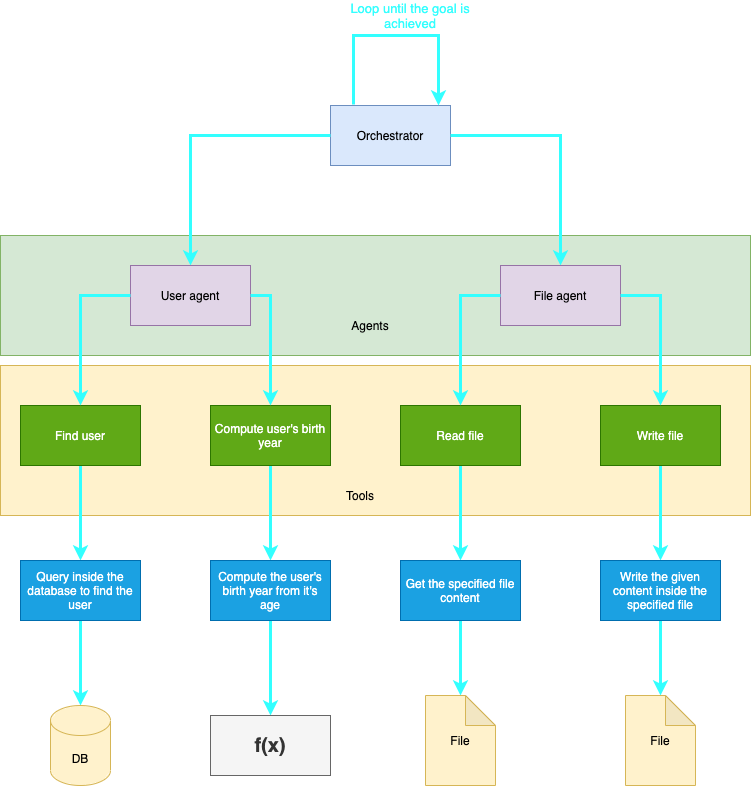
Before: assets/braiin.png, a diagram exported from draw.io (TinyRabarioelina/braiin). Source tidied: cells renumbered, new cells last; positions are measured from the earlier drawing's top-left corner, leaving out a move shared by most shapes.
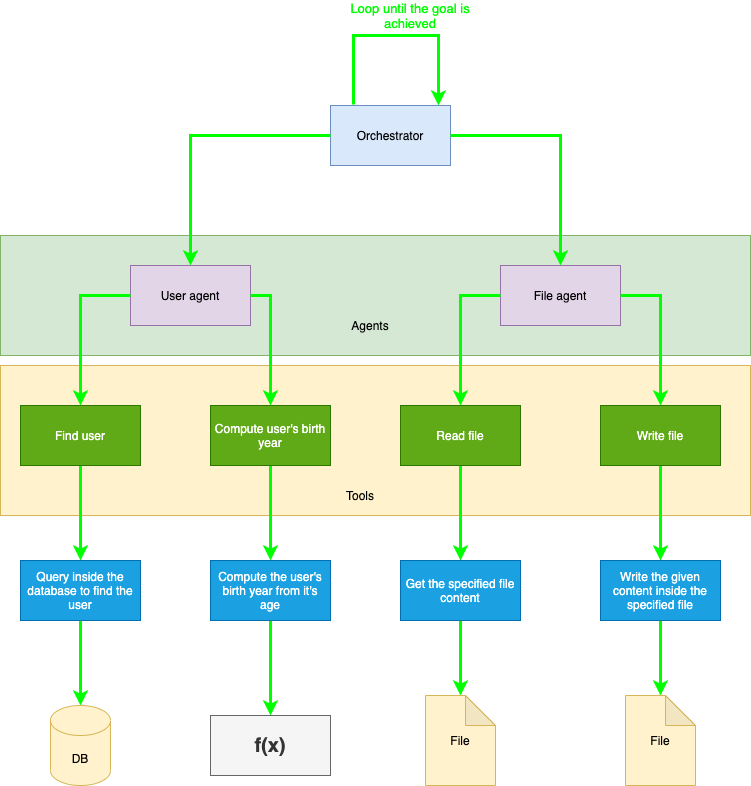
The same file after the commit.

Change to the diagram source:
```diff
@@ -8,25 +8,25 @@
     <mxCell id="3" style="rounded=0;whiteSpace=wrap;html=1;fillColor=#fff2cc;strokeColor=#d6b656;" parent="1" vertex="1">
       <mxGeometry y="360" width="750" height="150" as="geometry" />
     </mxCell>
-    <mxCell id="4" style="edgeStyle=orthogonalEdgeStyle;rounded=0;jettySize=auto;html=1;entryX=0.5;entryY=0;entryDx=0;entryDy=0;strokeColor=#33FFFF;strokeWidth=3;" parent="1" edge="1" source="5" target="24">
+    <mxCell id="4" style="edgeStyle=orthogonalEdgeStyle;rounded=0;jettySize=auto;html=1;entryX=0.5;entryY=0;entryDx=0;entryDy=0;strokeColor=#00FF00;strokeWidth=3;fontColor=#00FF00;" parent="1" edge="1" source="5" target="24">
       <mxGeometry relative="1" as="geometry" />
     </mxCell>
     <mxCell id="5" value="Find user" style="rounded=0;whiteSpace=wrap;html=1;fillColor=#60a917;strokeColor=#2D7600;fontColor=#ffffff;" parent="1" vertex="1">
       <mxGeometry x="20" y="400" width="120" height="60" as="geometry" />
     </mxCell>
-    <mxCell id="6" style="edgeStyle=orthogonalEdgeStyle;rounded=0;jettySize=auto;html=1;entryX=0.5;entryY=0;entryDx=0;entryDy=0;strokeColor=#33FFFF;strokeWidth=3;" parent="1" edge="1" source="7" target="26">
+    <mxCell id="6" style="edgeStyle=orthogonalEdgeStyle;rounded=0;jettySize=auto;html=1;entryX=0.5;entryY=0;entryDx=0;entryDy=0;strokeColor=#00FF00;strokeWidth=3;fontColor=#00FF00;" parent="1" edge="1" source="7" target="26">
       <mxGeometry relative="1" as="geometry" />
     </mxCell>
     <mxCell id="7" value="Compute user's birth year" style="rounded=0;whiteSpace=wrap;html=1;fillColor=#60a917;strokeColor=#2D7600;fontColor=#ffffff;" parent="1" vertex="1">
       <mxGeometry x="210" y="400" width="120" height="60" as="geometry" />
     </mxCell>
-    <mxCell id="8" style="edgeStyle=orthogonalEdgeStyle;rounded=0;jettySize=auto;html=1;entryX=0.5;entryY=0;entryDx=0;entryDy=0;strokeColor=#33FFFF;strokeWidth=3;" parent="1" edge="1" source="9" target="28">
+    <mxCell id="8" style="edgeStyle=orthogonalEdgeStyle;rounded=0;jettySize=auto;html=1;entryX=0.5;entryY=0;entryDx=0;entryDy=0;strokeColor=#00FF00;strokeWidth=3;fontColor=#00FF00;" parent="1" edge="1" source="9" target="28">
       <mxGeometry relative="1" as="geometry" />
     </mxCell>
     <mxCell id="9" value="Read file" style="rounded=0;whiteSpace=wrap;html=1;fillColor=#60a917;strokeColor=#2D7600;fontColor=#ffffff;" parent="1" vertex="1">
       <mxGeometry x="400" y="400" width="120" height="60" as="geometry" />
     </mxCell>
-    <mxCell id="10" style="edgeStyle=orthogonalEdgeStyle;rounded=0;jettySize=auto;html=1;entryX=0.5;entryY=0;entryDx=0;entryDy=0;strokeColor=#33FFFF;strokeWidth=3;" parent="1" edge="1" source="11" target="30">
+    <mxCell id="10" style="edgeStyle=orthogonalEdgeStyle;rounded=0;jettySize=auto;html=1;entryX=0.5;entryY=0;entryDx=0;entryDy=0;strokeColor=#00FF00;strokeWidth=3;fontColor=#00FF00;" parent="1" edge="1" source="11" target="30">
       <mxGeometry relative="1" as="geometry" />
     </mxCell>
     <mxCell id="11" value="Write file" style="rounded=0;whiteSpace=wrap;html=1;fillColor=#60a917;strokeColor=#2D7600;fontColor=#ffffff;" parent="1" vertex="1">
@@ -38,12 +38,12 @@
     <mxCell id="13" style="rounded=0;whiteSpace=wrap;html=1;fillColor=#d5e8d4;strokeColor=#82b366;" parent="1" vertex="1">
       <mxGeometry y="230" width="750" height="120" as="geometry" />
     </mxCell>
-    <mxCell id="14" style="edgeStyle=orthogonalEdgeStyle;rounded=0;jettySize=auto;html=1;strokeColor=#33FFFF;strokeWidth=3;" parent="1" edge="1" target="16">
+    <mxCell id="14" style="edgeStyle=orthogonalEdgeStyle;rounded=0;jettySize=auto;html=1;strokeColor=#00FF00;strokeWidth=3;fontColor=#00FF00;" parent="1" edge="1" target="16">
       <mxGeometry relative="1" as="geometry">
         <mxPoint x="330" y="130" as="sourcePoint" />
       </mxGeometry>
     </mxCell>
-    <mxCell id="15" style="edgeStyle=orthogonalEdgeStyle;rounded=0;jettySize=auto;html=1;entryX=0.5;entryY=0;entryDx=0;entryDy=0;strokeColor=#33FFFF;strokeWidth=3;" parent="1" edge="1" target="17">
+    <mxCell id="15" style="edgeStyle=orthogonalEdgeStyle;rounded=0;jettySize=auto;html=1;entryX=0.5;entryY=0;entryDx=0;entryDy=0;strokeColor=#00FF00;strokeWidth=3;fontColor=#00FF00;" parent="1" edge="1" target="17">
       <mxGeometry relative="1" as="geometry">
         <mxPoint x="450" y="130" as="sourcePoint" />
       </mxGeometry>
@@ -54,25 +54,25 @@
     <mxCell id="17" value="File agent" style="rounded=0;whiteSpace=wrap;html=1;fillColor=#e1d5e7;strokeColor=#9673a6;" parent="1" vertex="1">
       <mxGeometry x="500" y="260" width="120" height="60" as="geometry" />
     </mxCell>
-    <mxCell id="18" style="edgeStyle=orthogonalEdgeStyle;rounded=0;orthogonalLoop=1;jettySize=auto;html=1;entryX=0.5;entryY=0;entryDx=0;entryDy=0;exitX=0;exitY=0.5;exitDx=0;exitDy=0;strokeColor=#33FFFF;strokeWidth=3;" parent="1" edge="1">
+    <mxCell id="18" style="edgeStyle=orthogonalEdgeStyle;rounded=0;orthogonalLoop=1;jettySize=auto;html=1;entryX=0.5;entryY=0;entryDx=0;entryDy=0;exitX=0;exitY=0.5;exitDx=0;exitDy=0;strokeColor=#00FF00;strokeWidth=3;fontColor=#00FF00;" parent="1" edge="1">
       <mxGeometry relative="1" as="geometry">
         <mxPoint x="500" y="290" as="sourcePoint" />
         <mxPoint x="460" y="400" as="targetPoint" />
       </mxGeometry>
     </mxCell>
-    <mxCell id="19" style="edgeStyle=orthogonalEdgeStyle;rounded=0;orthogonalLoop=1;jettySize=auto;html=1;strokeColor=#33FFFF;strokeWidth=3;" parent="1" edge="1">
+    <mxCell id="19" style="edgeStyle=orthogonalEdgeStyle;rounded=0;orthogonalLoop=1;jettySize=auto;html=1;strokeColor=#00FF00;strokeWidth=3;fontColor=#00FF00;" parent="1" edge="1">
       <mxGeometry relative="1" as="geometry">
         <mxPoint x="620" y="290" as="sourcePoint" />
         <mxPoint x="660" y="400" as="targetPoint" />
       </mxGeometry>
     </mxCell>
-    <mxCell id="20" style="edgeStyle=orthogonalEdgeStyle;rounded=0;orthogonalLoop=1;jettySize=auto;html=1;entryX=0.5;entryY=0;entryDx=0;entryDy=0;strokeColor=#33FFFF;strokeWidth=3;" parent="1" edge="1">
+    <mxCell id="20" style="edgeStyle=orthogonalEdgeStyle;rounded=0;orthogonalLoop=1;jettySize=auto;html=1;entryX=0.5;entryY=0;entryDx=0;entryDy=0;strokeColor=#00FF00;strokeWidth=3;fontColor=#00FF00;" parent="1" edge="1">
       <mxGeometry relative="1" as="geometry">
         <mxPoint x="250" y="290" as="sourcePoint" />
         <mxPoint x="270" y="400" as="targetPoint" />
       </mxGeometry>
     </mxCell>
-    <mxCell id="21" style="edgeStyle=orthogonalEdgeStyle;rounded=0;orthogonalLoop=1;jettySize=auto;html=1;entryX=0.5;entryY=0;entryDx=0;entryDy=0;strokeColor=#33FFFF;strokeWidth=3;" parent="1" edge="1">
+    <mxCell id="21" style="edgeStyle=orthogonalEdgeStyle;rounded=0;orthogonalLoop=1;jettySize=auto;html=1;entryX=0.5;entryY=0;entryDx=0;entryDy=0;strokeColor=#00FF00;strokeWidth=3;fontColor=#00FF00;" parent="1" edge="1">
       <mxGeometry relative="1" as="geometry">
         <mxPoint x="130" y="290" as="sourcePoint" />
         <mxPoint x="80" y="400" as="targetPoint" />
@@ -81,25 +81,25 @@
     <mxCell id="22" value="Agents" style="text;html=1;strokeColor=none;fillColor=none;align=center;verticalAlign=middle;whiteSpace=wrap;rounded=0;" parent="1" vertex="1">
       <mxGeometry x="350" y="310" width="40" height="20" as="geometry" />
     </mxCell>
-    <mxCell id="23" style="edgeStyle=orthogonalEdgeStyle;rounded=0;jettySize=auto;html=1;strokeColor=#33FFFF;strokeWidth=3;" parent="1" edge="1" source="24" target="31">
+    <mxCell id="23" style="edgeStyle=orthogonalEdgeStyle;rounded=0;jettySize=auto;html=1;strokeColor=#00FF00;strokeWidth=3;fontColor=#00FF00;" parent="1" edge="1" source="24" target="31">
       <mxGeometry relative="1" as="geometry" />
     </mxCell>
     <mxCell id="24" value="Query inside the database to find the user" style="rounded=0;whiteSpace=wrap;html=1;fillColor=#1ba1e2;strokeColor=#006EAF;fontColor=#ffffff;" parent="1" vertex="1">
       <mxGeometry x="20" y="555" width="120" height="60" as="geometry" />
     </mxCell>
-    <mxCell id="25" style="edgeStyle=orthogonalEdgeStyle;rounded=0;jettySize=auto;html=1;entryX=0.5;entryY=0;entryDx=0;entryDy=0;fontSize=20;strokeColor=#33FFFF;strokeWidth=3;" parent="1" edge="1" source="26" target="34">
+    <mxCell id="25" style="edgeStyle=orthogonalEdgeStyle;rounded=0;jettySize=auto;html=1;entryX=0.5;entryY=0;entryDx=0;entryDy=0;fontSize=20;strokeColor=#00FF00;strokeWidth=3;fontColor=#00FF00;" parent="1" edge="1" source="26" target="34">
       <mxGeometry relative="1" as="geometry" />
     </mxCell>
     <mxCell id="26" value="Compute the user's birth year from it's age" style="rounded=0;whiteSpace=wrap;html=1;fillColor=#1ba1e2;strokeColor=#006EAF;fontColor=#ffffff;" parent="1" vertex="1">
       <mxGeometry x="210" y="555" width="120" height="60" as="geometry" />
     </mxCell>
-    <mxCell id="27" style="edgeStyle=orthogonalEdgeStyle;rounded=0;jettySize=auto;html=1;entryX=0.5;entryY=0;entryDx=0;entryDy=0;entryPerimeter=0;strokeColor=#33FFFF;strokeWidth=3;" parent="1" edge="1" source="28" target="32">
+    <mxCell id="27" style="edgeStyle=orthogonalEdgeStyle;rounded=0;jettySize=auto;html=1;entryX=0.5;entryY=0;entryDx=0;entryDy=0;entryPerimeter=0;strokeColor=#00FF00;strokeWidth=3;fontColor=#00FF00;" parent="1" edge="1" source="28" target="32">
       <mxGeometry relative="1" as="geometry" />
     </mxCell>
     <mxCell id="28" value="Get the specified file content" style="rounded=0;whiteSpace=wrap;html=1;fillColor=#1ba1e2;strokeColor=#006EAF;fontColor=#ffffff;" parent="1" vertex="1">
       <mxGeometry x="400" y="555" width="120" height="60" as="geometry" />
     </mxCell>
-    <mxCell id="29" style="edgeStyle=orthogonalEdgeStyle;rounded=0;jettySize=auto;html=1;entryX=0.5;entryY=0;entryDx=0;entryDy=0;entryPerimeter=0;strokeColor=#33FFFF;strokeWidth=3;" parent="1" edge="1" source="30" target="33">
+    <mxCell id="29" style="edgeStyle=orthogonalEdgeStyle;rounded=0;jettySize=auto;html=1;entryX=0.5;entryY=0;entryDx=0;entryDy=0;entryPerimeter=0;strokeColor=#00FF00;strokeWidth=3;fontColor=#00FF00;" parent="1" edge="1" source="30" target="33">
       <mxGeometry relative="1" as="geometry" />
     </mxCell>
     <mxCell id="30" value="Write the given content inside the specified file" style="rounded=0;whiteSpace=wrap;html=1;fillColor=#1ba1e2;strokeColor=#006EAF;fontColor=#ffffff;" parent="1" vertex="1">
@@ -117,7 +117,7 @@
     <mxCell id="34" value="f(x)" style="rounded=0;whiteSpace=wrap;html=1;fillColor=#f5f5f5;fontStyle=1;fontSize=20;strokeColor=#666666;fontColor=#333333;" parent="1" vertex="1">
       <mxGeometry x="210" y="710" width="120" height="60" as="geometry" />
     </mxCell>
-    <mxCell id="35" style="edgeStyle=orthogonalEdgeStyle;rounded=0;orthogonalLoop=1;jettySize=auto;html=1;entryX=0.9;entryY=0;entryDx=0;entryDy=0;entryPerimeter=0;fontSize=20;exitX=0.192;exitY=-0.017;exitDx=0;exitDy=0;exitPerimeter=0;fontColor=#A3FCFF;strokeColor=#33FFFF;strokeWidth=3;" parent="1" edge="1" source="2" target="2">
+    <mxCell id="35" style="edgeStyle=orthogonalEdgeStyle;rounded=0;orthogonalLoop=1;jettySize=auto;html=1;entryX=0.9;entryY=0;entryDx=0;entryDy=0;entryPerimeter=0;fontSize=20;exitX=0.192;exitY=-0.017;exitDx=0;exitDy=0;exitPerimeter=0;fontColor=#00FF00;strokeColor=#00FF00;strokeWidth=3;" parent="1" edge="1" source="2" target="2">
       <mxGeometry relative="1" as="geometry">
         <Array as="points">
           <mxPoint x="353" y="30" />
@@ -125,7 +125,7 @@
         </Array>
       </mxGeometry>
     </mxCell>
-    <mxCell id="36" value="Loop until the goal is achieved" style="text;html=1;strokeColor=none;fillColor=none;align=center;verticalAlign=middle;whiteSpace=wrap;rounded=0;fontSize=13;fontStyle=0;fontColor=#33FFFF;" parent="1" vertex="1">
+    <mxCell id="36" value="Loop until the goal is achieved" style="text;html=1;strokeColor=none;fillColor=none;align=center;verticalAlign=middle;whiteSpace=wrap;rounded=0;fontSize=13;fontStyle=0;fontColor=#00FF00;" parent="1" vertex="1">
       <mxGeometry x="330" width="160" height="20" as="geometry" />
     </mxCell>
   </root>
```
